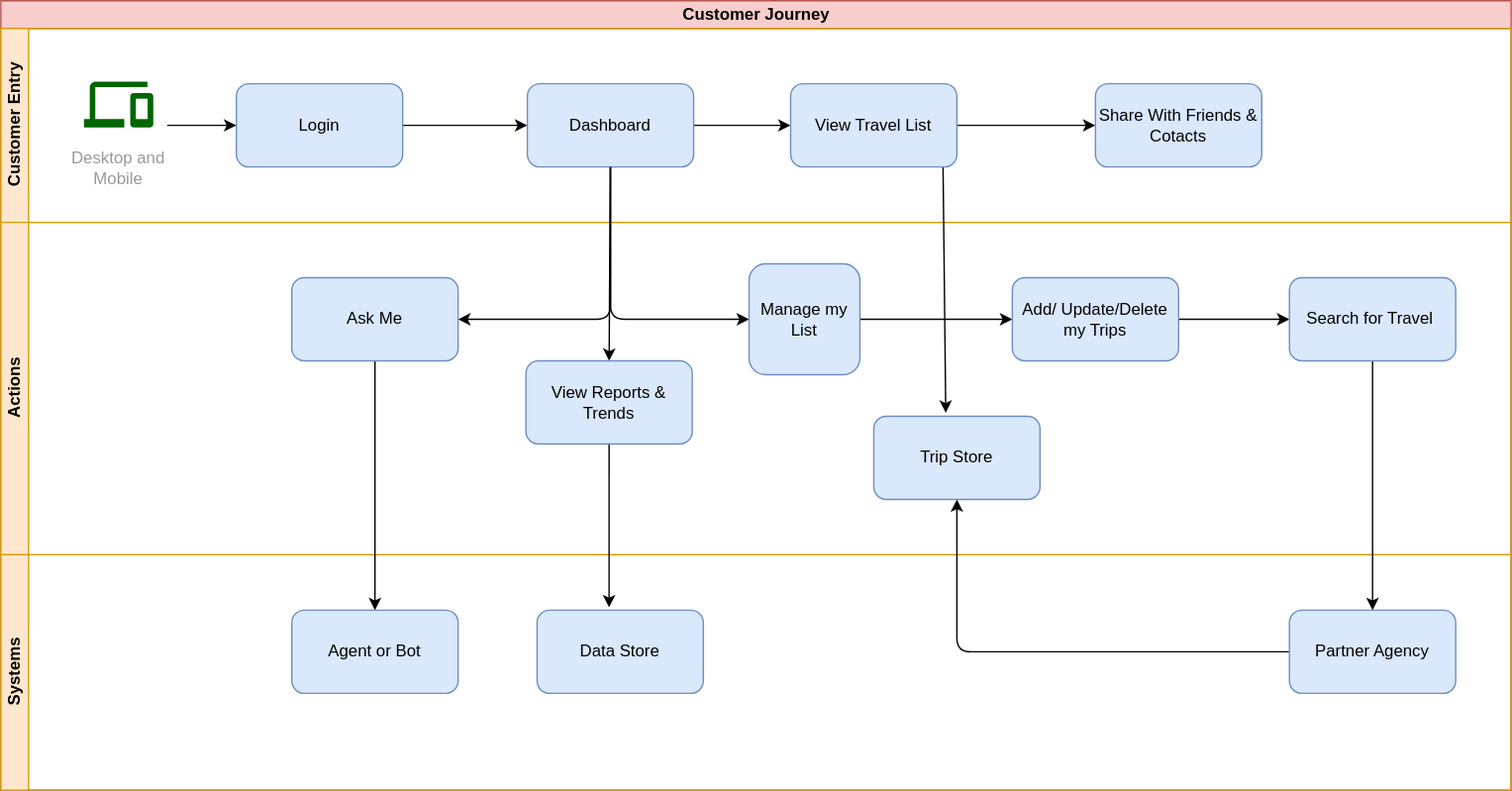
Earlier version of the draw.io export Architecture/cj.svg (ArchNinjas/road-warrior). Source tidied: cells renumbered, new cells last; positions are measured from the earlier drawing's top-left corner, leaving out a move shared by most shapes.
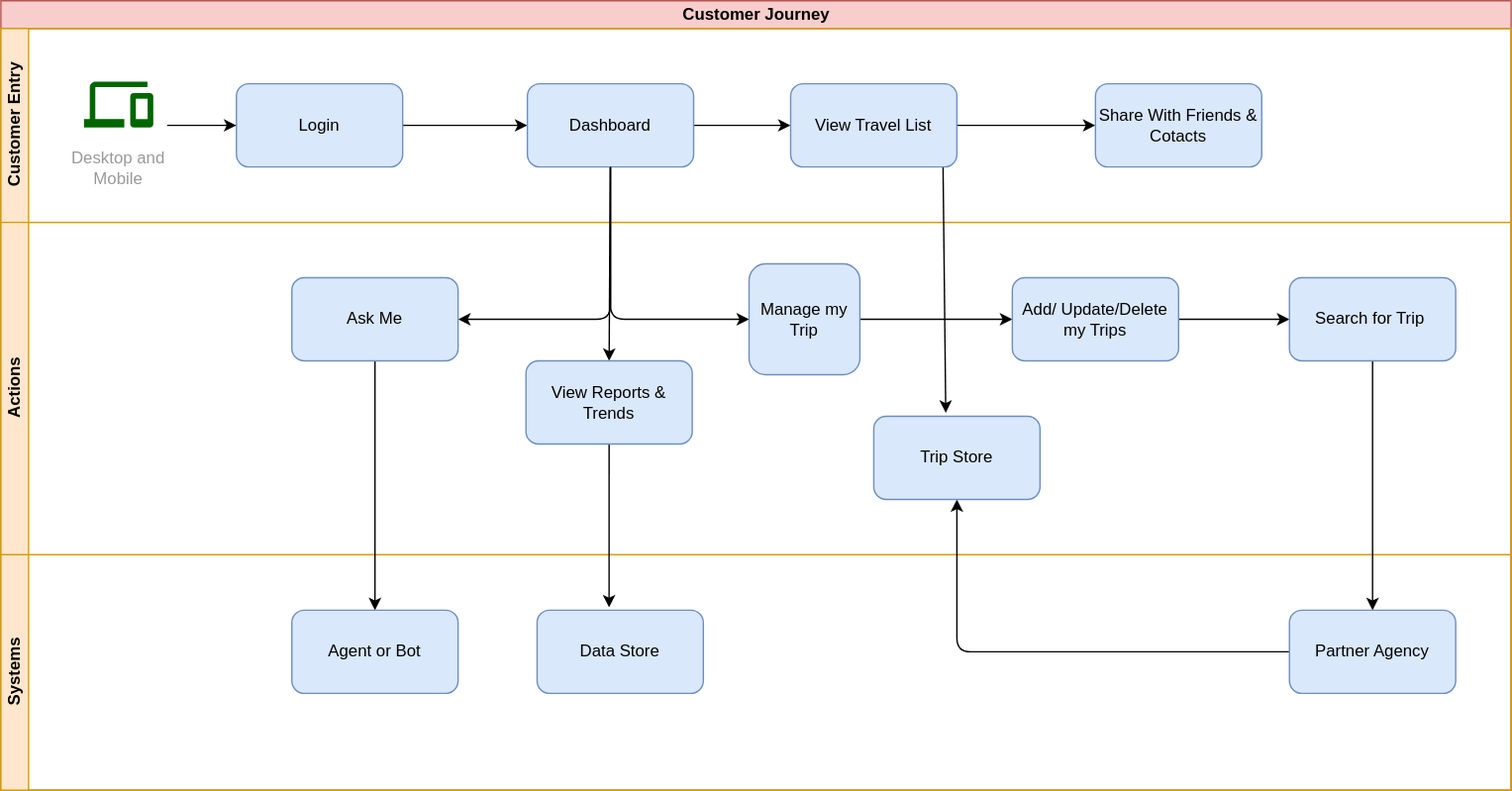
The same diagram one commit later.

Change to the diagram source:
```diff
@@ -59,7 +59,7 @@
     <mxCell id="16" style="edgeStyle=none;html=1;" parent="1" edge="1" source="17" target="19">
       <mxGeometry relative="1" as="geometry" />
     </mxCell>
-    <mxCell id="17" value="Manage my List" style="rounded=1;whiteSpace=wrap;html=1;fontFamily=Helvetica;fontSize=12;align=center;strokeColor=#6c8ebf;fillColor=#dae8fc;" parent="1" vertex="1">
+    <mxCell id="17" value="Manage my Trip" style="rounded=1;whiteSpace=wrap;html=1;fontFamily=Helvetica;fontSize=12;align=center;strokeColor=#6c8ebf;fillColor=#dae8fc;" parent="1" vertex="1">
       <mxGeometry x="540" y="190" width="80" height="80" as="geometry" />
     </mxCell>
     <mxCell id="18" style="edgeStyle=none;html=1;" parent="1" edge="1" source="19" target="21">
@@ -71,7 +71,7 @@
     <mxCell id="20" style="edgeStyle=none;html=1;" parent="1" edge="1" source="21" target="23">
       <mxGeometry relative="1" as="geometry" />
     </mxCell>
-    <mxCell id="21" value="Search for Travel&amp;nbsp;" style="whiteSpace=wrap;html=1;rounded=1;fillColor=#dae8fc;strokeColor=#6c8ebf;" parent="1" vertex="1">
+    <mxCell id="21" value="Search for Trip&amp;nbsp;" style="whiteSpace=wrap;html=1;rounded=1;fillColor=#dae8fc;strokeColor=#6c8ebf;" parent="1" vertex="1">
       <mxGeometry x="930" y="200" width="120" height="60" as="geometry" />
     </mxCell>
     <mxCell id="22" style="edgeStyle=none;rounded=1;html=1;" parent="1" edge="1" source="23" target="25">
```
